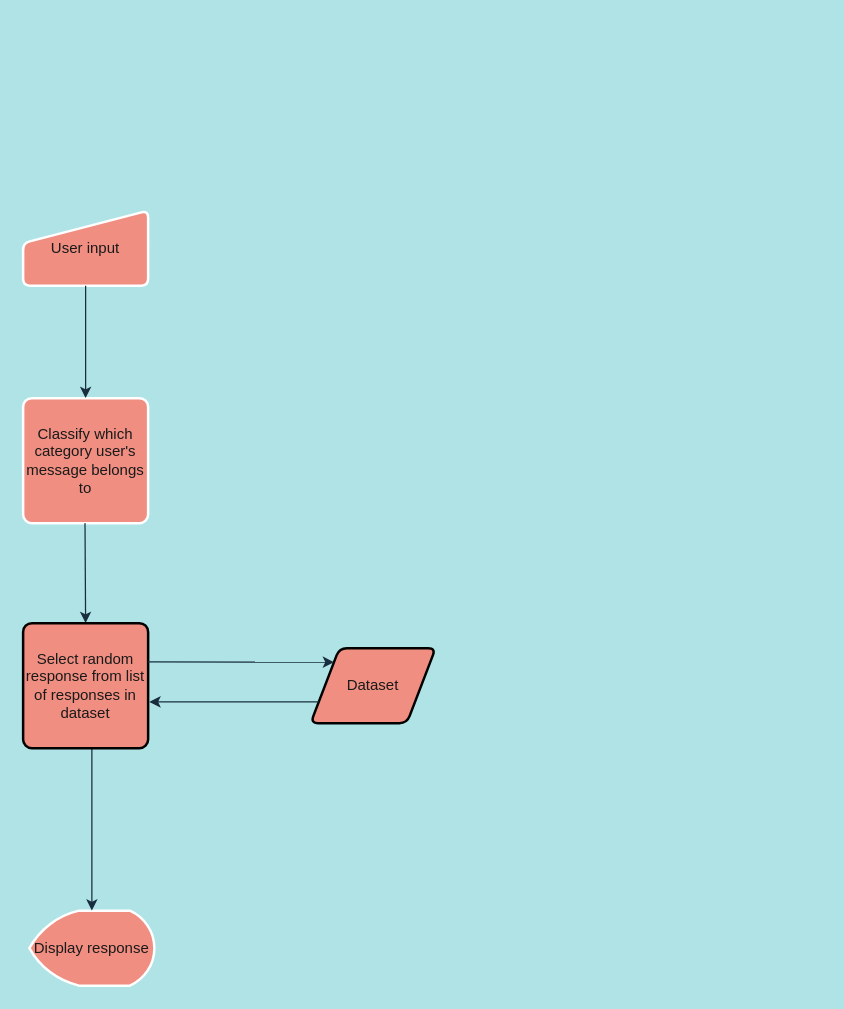
This is chatbot_basic.drawio from Mariahutchinson44/COM728, a draw.io file, before an edit. Source tidied: cells renumbered, new cells numbered last; positions are measured from the earlier drawing's top-left corner, leaving out a move shared by most shapes. Both pictures are drawn from the tidied source at 125%, with x=0, y=0 at pixel (22, 210).
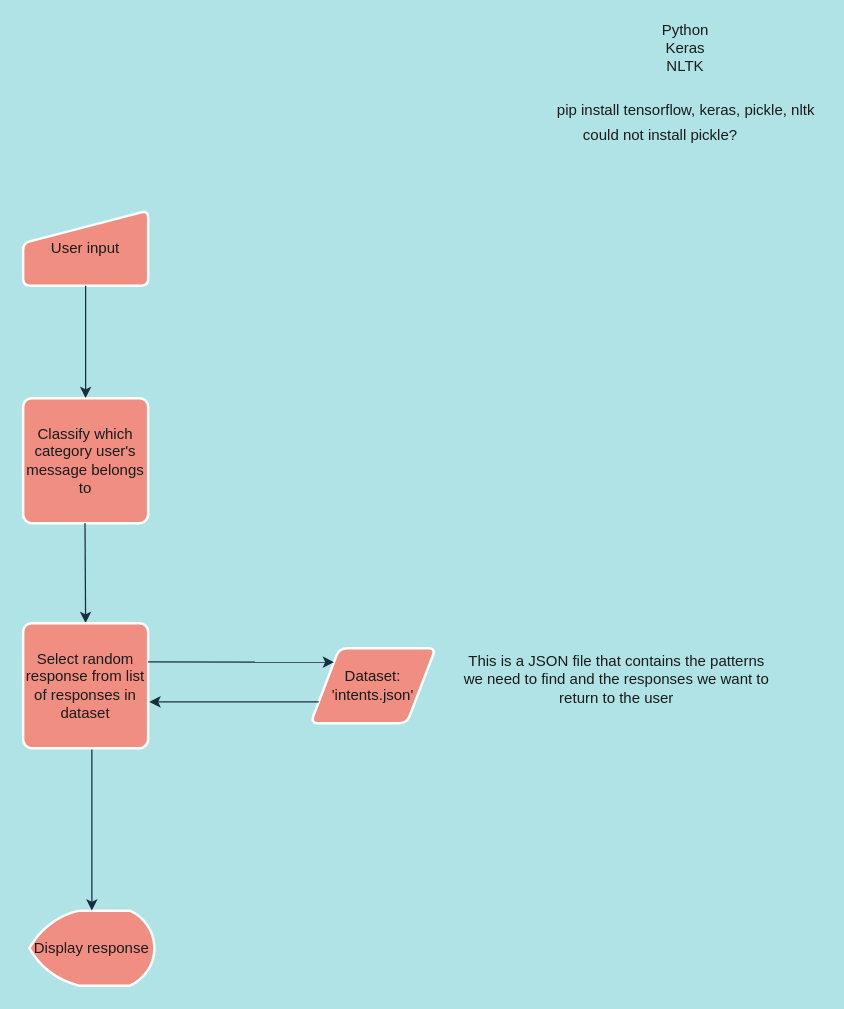
The same diagram, later.

Diff of the diagram source:
```diff
@@
 <mxGraphModel background="#B0E3E6">
   <root>
     <mxCell id="0" />
     <mxCell id="1" parent="0" />
     <mxCell id="2" value="User input" style="html=1;strokeWidth=2;shape=manualInput;whiteSpace=wrap;rounded=1;size=26;arcSize=11;fillColor=#F08E81;strokeColor=#FFFFFF;fontColor=#1A1A1A;" parent="1" vertex="1">
       <mxGeometry width="100" height="60" as="geometry" />
     </mxCell>
     <mxCell id="3" value="Classify which category user's message belongs to" style="rounded=1;whiteSpace=wrap;html=1;absoluteArcSize=1;arcSize=14;strokeWidth=2;fillColor=#F08E81;strokeColor=#FFFFFF;fontColor=#1A1A1A;" parent="1" vertex="1">
       <mxGeometry y="150" width="100" height="100" as="geometry" />
     </mxCell>
     <mxCell id="4" value="Display response" style="strokeWidth=2;html=1;shape=mxgraph.flowchart.display;whiteSpace=wrap;fillColor=#F08E81;strokeColor=#FFFFFF;fontColor=#1A1A1A;" parent="1" vertex="1">
       <mxGeometry x="5" y="560" width="100" height="60" as="geometry" />
     </mxCell>
-    <mxCell id="5" style="endArrow=classic;html=1;exitX=0.5;exitY=1;exitDx=0;exitDy=0;entryX=0.5;entryY=0;entryDx=0;entryDy=0;labelBackgroundColor=#B0E3E6;strokeColor=#182E3E;fontColor=#1A1A1A;" parent="1" edge="1" source="2" target="3">
+    <mxCell id="5" style="endArrow=classic;html=1;exitX=0.5;exitY=1;exitDx=0;exitDy=0;entryX=0.5;entryY=0;entryDx=0;entryDy=0;strokeColor=#182E3E;fontColor=#1A1A1A;labelBackgroundColor=#B0E3E6;" parent="1" edge="1" source="2" target="3">
       <mxGeometry relative="1" as="geometry" />
     </mxCell>
-    <mxCell id="6" style="endArrow=classic;html=1;exitX=0.5;exitY=1;exitDx=0;exitDy=0;labelBackgroundColor=#B0E3E6;strokeColor=#182E3E;fontColor=#1A1A1A;" parent="1" edge="1">
+    <mxCell id="6" style="endArrow=classic;html=1;exitX=0.5;exitY=1;exitDx=0;exitDy=0;strokeColor=#182E3E;fontColor=#1A1A1A;labelBackgroundColor=#B0E3E6;" parent="1" edge="1">
       <mxGeometry relative="1" as="geometry">
         <mxPoint x="49.5" y="250" as="sourcePoint" />
         <mxPoint x="50" y="330" as="targetPoint" />
       </mxGeometry>
     </mxCell>
-    <mxCell id="7" style="endArrow=classic;html=1;entryX=0.5;entryY=0;entryDx=0;entryDy=0;entryPerimeter=0;labelBackgroundColor=#B0E3E6;strokeColor=#182E3E;fontColor=#1A1A1A;" parent="1" edge="1" target="4">
+    <mxCell id="7" style="endArrow=classic;html=1;entryX=0.5;entryY=0;entryDx=0;entryDy=0;entryPerimeter=0;strokeColor=#182E3E;fontColor=#1A1A1A;labelBackgroundColor=#B0E3E6;" parent="1" edge="1" target="4">
       <mxGeometry relative="1" as="geometry">
         <mxPoint x="55" y="430" as="sourcePoint" />
       </mxGeometry>
     </mxCell>
-    <mxCell id="8" value="Dataset" style="shape=parallelogram;html=1;strokeWidth=2;perimeter=parallelogramPerimeter;whiteSpace=wrap;rounded=1;arcSize=12;size=0.23;sketch=0;fillColor=#F08E81;fontColor=#1A1A1A;" parent="1" vertex="1">
+    <mxCell id="8" value="Dataset: 'intents.json'" style="shape=parallelogram;html=1;strokeWidth=2;perimeter=parallelogramPerimeter;whiteSpace=wrap;rounded=1;arcSize=12;size=0.23;sketch=0;fillColor=#F08E81;fontColor=#1A1A1A;strokeColor=#FFFFFF;" parent="1" vertex="1">
       <mxGeometry x="230" y="350" width="100" height="60" as="geometry" />
     </mxCell>
-    <mxCell id="9" value="Select random response from list of responses in dataset" style="rounded=1;whiteSpace=wrap;html=1;absoluteArcSize=1;arcSize=14;strokeWidth=2;sketch=0;fillColor=#F08E81;fontColor=#1A1A1A;" parent="1" vertex="1">
+    <mxCell id="9" value="Select random response from list of responses in dataset" style="rounded=1;whiteSpace=wrap;html=1;absoluteArcSize=1;arcSize=14;strokeWidth=2;sketch=0;fillColor=#F08E81;fontColor=#1A1A1A;strokeColor=#FFFFFF;" parent="1" vertex="1">
       <mxGeometry y="330" width="100" height="100" as="geometry" />
     </mxCell>
-    <mxCell id="10" style="endArrow=classic;html=1;strokeColor=#182E3E;fontColor=#1A1A1A;entryX=0;entryY=0;entryDx=0;entryDy=0;" parent="1" edge="1" target="8">
+    <mxCell id="10" style="endArrow=classic;html=1;strokeColor=#182E3E;fontColor=#1A1A1A;entryX=0;entryY=0;entryDx=0;entryDy=0;labelBackgroundColor=#B0E3E6;" parent="1" edge="1" target="8">
       <mxGeometry relative="1" as="geometry">
         <mxPoint x="100" y="361" as="sourcePoint" />
       </mxGeometry>
     </mxCell>
-    <mxCell id="11" style="endArrow=classic;html=1;strokeColor=#182E3E;fontColor=#1A1A1A;exitX=0;exitY=0.75;exitDx=0;exitDy=0;" parent="1" edge="1" source="8">
+    <mxCell id="11" style="endArrow=classic;html=1;strokeColor=#182E3E;fontColor=#1A1A1A;exitX=0;exitY=0.75;exitDx=0;exitDy=0;labelBackgroundColor=#B0E3E6;" parent="1" edge="1" source="8">
       <mxGeometry relative="1" as="geometry">
         <mxPoint x="101" y="393" as="targetPoint" />
       </mxGeometry>
     </mxCell>
+    <mxCell id="12" value="This is a JSON file that contains the patterns we need to find and the responses we want to return to the user" style="text;html=1;strokeColor=none;fillColor=none;align=center;verticalAlign=middle;whiteSpace=wrap;rounded=0;sketch=0;fontColor=#1A1A1A;" parent="1" vertex="1">
+      <mxGeometry x="350" y="360" width="250" height="30" as="geometry" />
+    </mxCell>
+    <mxCell id="13" value="&lt;div&gt;Python&lt;/div&gt;&lt;div&gt;Keras&lt;/div&gt;&lt;div&gt;NLTK&lt;br&gt;&lt;/div&gt;" style="text;html=1;strokeColor=none;fillColor=none;align=center;verticalAlign=middle;whiteSpace=wrap;rounded=0;sketch=0;fontColor=#1A1A1A;" parent="1" vertex="1">
+      <mxGeometry x="510" y="-140" width="40" height="20" as="geometry" />
+    </mxCell>
+    <mxCell id="14" value="pip install tensorflow, keras, pickle, nltk" style="text;html=1;align=center;verticalAlign=middle;fontColor=#1A1A1A;" parent="1" vertex="1">
+      <mxGeometry x="420" y="-90" width="220" height="20" as="geometry" />
+    </mxCell>
+    <mxCell id="15" value="could not install pickle?" style="text;html=1;strokeColor=none;fillColor=none;align=center;verticalAlign=middle;whiteSpace=wrap;rounded=0;sketch=0;fontColor=#1A1A1A;" parent="1" vertex="1">
+      <mxGeometry x="430" y="-70" width="160" height="20" as="geometry" />
+    </mxCell>
   </root>
 </mxGraphModel>
```
